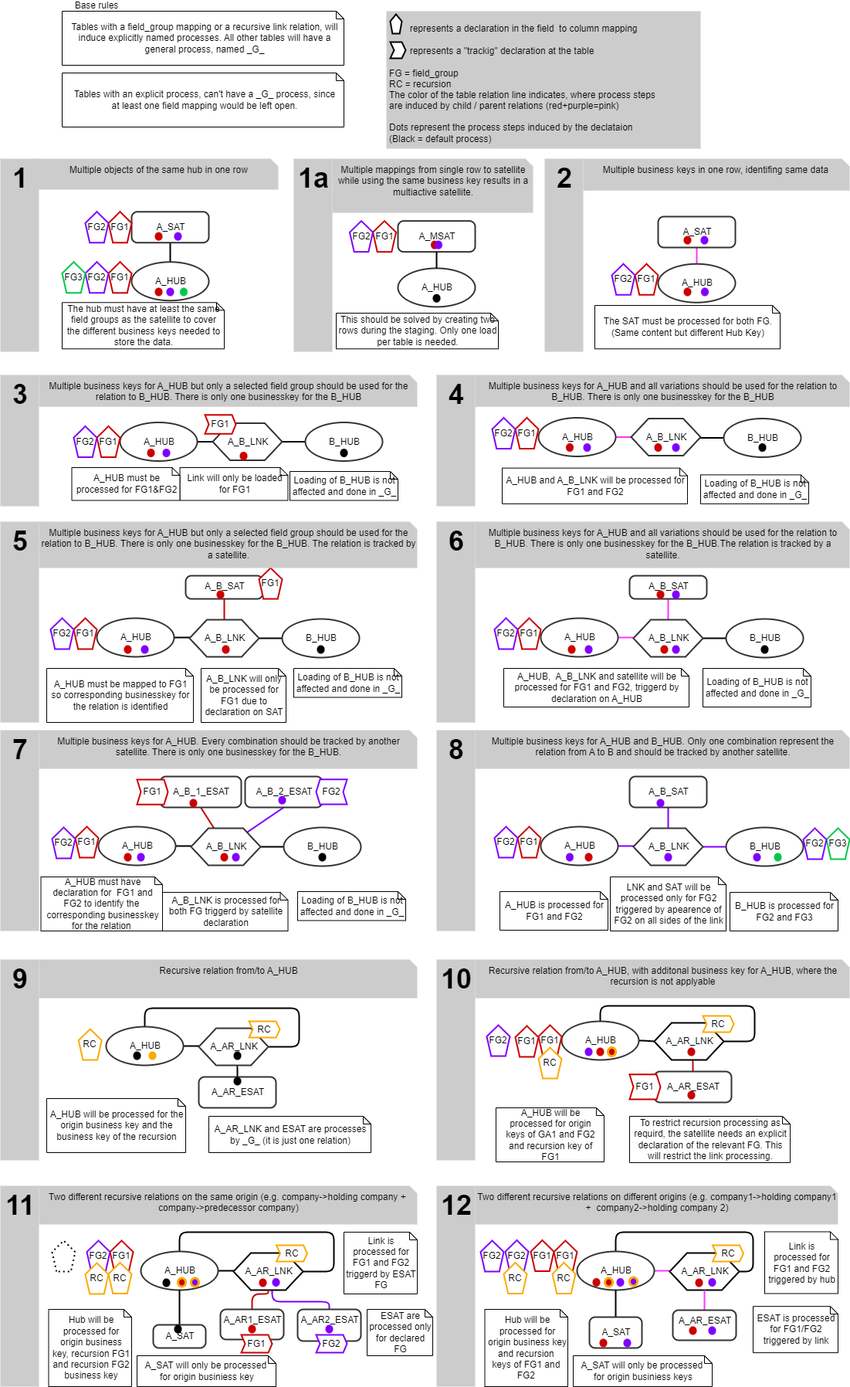
Above: documentation/images/process_generation_scenarios.drawio.png in cimt-ag/data_vault_pipelinedescription (draw.io), before the change. Source tidied: cells renumbered, new cells last; positions are measured from the earlier drawing's top-left corner, leaving out a move shared by most shapes.
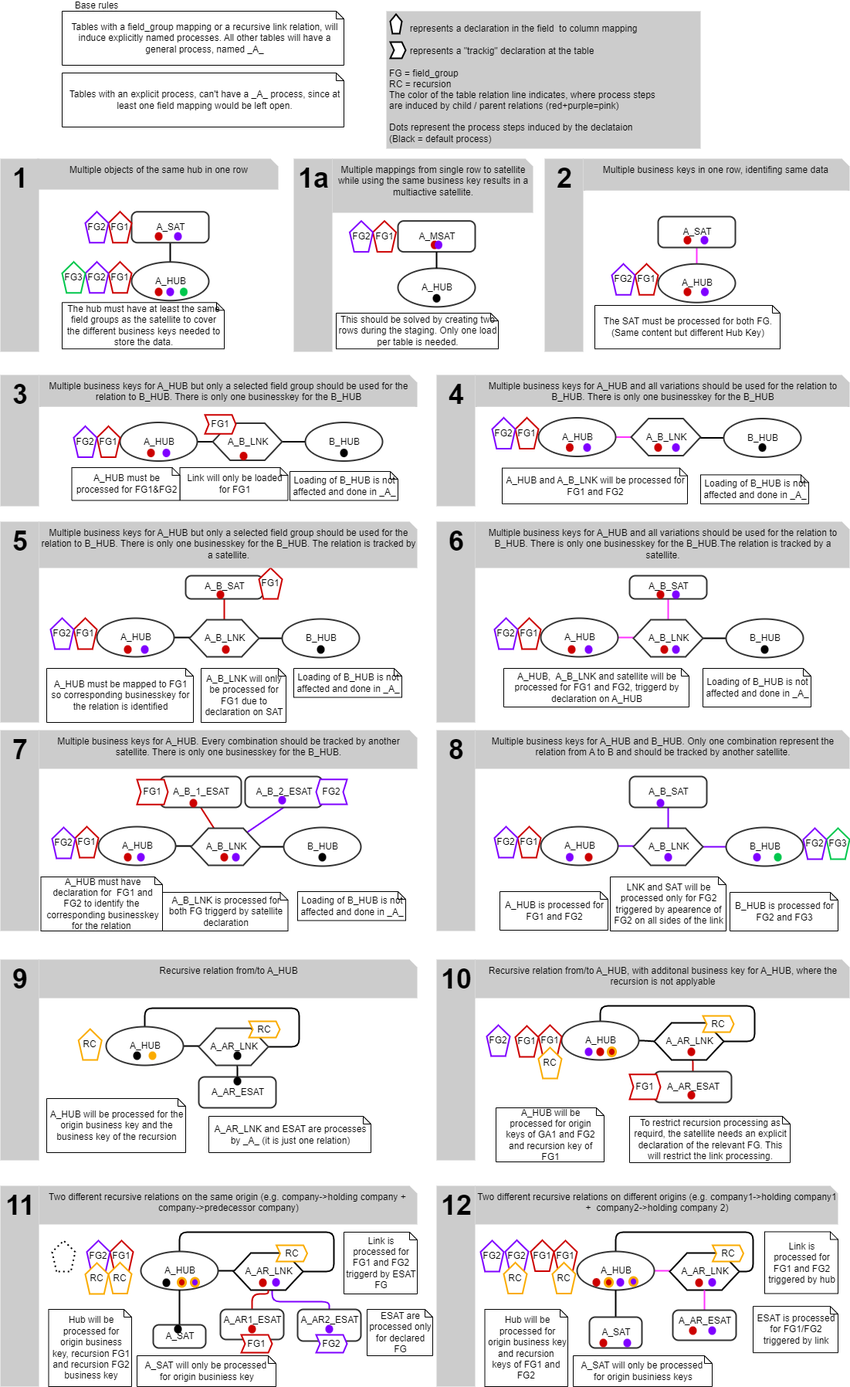
The same diagram one commit later.

What changed in the source:
```diff
@@ -431,10 +431,10 @@
     <mxCell id="98" value="LNK and SAT will be processed only for FG2 triggered by apearence of FG2 on all sides of the link" style="shape=note;size=10;shadow=0;strokeWidth=1;fillColor=#FFFFFF;strokeColor=#000000;opacity=100.0;nl2Br=0;verticalAlign=middle;align=center;spacingLeft=2.0;spacingRight=0;whiteSpace=wrap;gliffyId=314;" parent="1" vertex="1">
       <mxGeometry x="790" y="1135" width="150" height="70" as="geometry" />
     </mxCell>
-    <mxCell id="99" value="&lt;div style=&quot;width: 351.57144px;height:auto;word-break: break-word;&quot;&gt;&lt;div align=&quot;center&quot;&gt;&lt;span style=&quot;font-family: Arial; font-size: 12px; text-decoration: none; line-height: 0;&quot;&gt;&lt;span style=&quot;text-decoration: none; line-height: 14px;&quot;&gt;Tables with an explicit process, can't have a _G_ process, since at least one field mapping would be left open.&lt;/span&gt;&lt;/span&gt;&lt;/div&gt;&lt;/div&gt;" style="shape=note;size=10;shadow=0;strokeWidth=1;fillColor=#FFFFFF;strokeColor=#000000;opacity=100.0;html=1;nl2Br=0;verticalAlign=middle;align=center;spacingLeft=5.214286;spacingRight=0;whiteSpace=wrap;gliffyId=84;" parent="1" vertex="1">
+    <mxCell id="99" value="&lt;div style=&quot;width: 351.57144px;height:auto;word-break: break-word;&quot;&gt;&lt;div align=&quot;center&quot;&gt;&lt;span style=&quot;font-family: Arial; font-size: 12px; text-decoration: none; line-height: 0;&quot;&gt;&lt;span style=&quot;text-decoration: none; line-height: 14px;&quot;&gt;Tables with an explicit process, can't have a _A_ process, since at least one field mapping would be left open.&lt;/span&gt;&lt;/span&gt;&lt;/div&gt;&lt;/div&gt;" style="shape=note;size=10;shadow=0;strokeWidth=1;fillColor=#FFFFFF;strokeColor=#000000;opacity=100.0;html=1;nl2Br=0;verticalAlign=middle;align=center;spacingLeft=5.214286;spacingRight=0;whiteSpace=wrap;gliffyId=84;" parent="1" vertex="1">
       <mxGeometry x="80" y="94" width="365" height="70" as="geometry" />
     </mxCell>
-    <mxCell id="100" value="&lt;div style=&quot;width: 351.57144px;height:auto;word-break: break-word;&quot;&gt;&lt;div align=&quot;center&quot;&gt;&lt;span style=&quot;font-family: Arial; font-size: 12px; line-height: 0;&quot;&gt;&lt;span style=&quot;line-height: 14px;&quot; class=&quot;&quot;&gt;Tables with a field_group mapping or a recursive link relation, will induce explicitly named processes. All other tables will have a&lt;/span&gt;&lt;/span&gt;&lt;/div&gt;&lt;div align=&quot;center&quot;&gt;&lt;span style=&quot;font-family: Arial; font-size: 12px; line-height: 0;&quot;&gt;&lt;span style=&quot;line-height: 14px;&quot; class=&quot;&quot;&gt;general process, named _G_&lt;/span&gt;&lt;/span&gt;&lt;/div&gt;&lt;/div&gt;" style="shape=note;size=10;shadow=0;strokeWidth=1;fillColor=#FFFFFF;strokeColor=#000000;opacity=100.0;html=1;nl2Br=0;verticalAlign=middle;align=center;spacingLeft=5.214286;spacingRight=0;whiteSpace=wrap;gliffyId=87;" parent="1" vertex="1">
+    <mxCell id="100" value="&lt;div style=&quot;width: 351.57144px;height:auto;word-break: break-word;&quot;&gt;&lt;div align=&quot;center&quot;&gt;&lt;span style=&quot;font-family: Arial; font-size: 12px; line-height: 0;&quot;&gt;&lt;span style=&quot;line-height: 14px;&quot; class=&quot;&quot;&gt;Tables with a field_group mapping or a recursive link relation, will induce explicitly named processes. All other tables will have a&lt;/span&gt;&lt;/span&gt;&lt;/div&gt;&lt;div align=&quot;center&quot;&gt;&lt;span style=&quot;font-family: Arial; font-size: 12px; line-height: 0;&quot;&gt;&lt;span style=&quot;line-height: 14px;&quot; class=&quot;&quot;&gt;general process, named _A_&lt;/span&gt;&lt;/span&gt;&lt;/div&gt;&lt;/div&gt;" style="shape=note;size=10;shadow=0;strokeWidth=1;fillColor=#FFFFFF;strokeColor=#000000;opacity=100.0;html=1;nl2Br=0;verticalAlign=middle;align=center;spacingLeft=5.214286;spacingRight=0;whiteSpace=wrap;gliffyId=87;" parent="1" vertex="1">
       <mxGeometry x="80" y="14" width="365" height="70" as="geometry" />
     </mxCell>
     <mxCell id="101" value="A_B_LNK is processed for both FG triggerd by satellite declaration" style="shape=note;size=10;shadow=0;strokeWidth=1;fillColor=#FFFFFF;strokeColor=#000000;opacity=100.0;nl2Br=0;verticalAlign=middle;align=center;spacingLeft=2.0;spacingRight=0;whiteSpace=wrap;gliffyId=95;" parent="1" vertex="1">
@@ -446,7 +446,7 @@
     <mxCell id="103" value="A_B_LNK will only be processed for FG1 due to declaration on SAT" style="shape=note;size=10;shadow=0;strokeWidth=1;fillColor=#FFFFFF;strokeColor=#000000;opacity=100.0;nl2Br=0;verticalAlign=middle;align=center;spacingLeft=2.0;spacingRight=0;whiteSpace=wrap;gliffyId=140;" parent="1" vertex="1">
       <mxGeometry x="260" y="865" width="110" height="70" as="geometry" />
     </mxCell>
-    <mxCell id="104" value="A_AR_LNK and ESAT are processes by _G_ (it is just one relation)" style="shape=note;size=10;shadow=0;strokeWidth=1;fillColor=#FFFFFF;strokeColor=#000000;opacity=100.0;nl2Br=0;verticalAlign=middle;align=center;spacingLeft=2.0;spacingRight=0;whiteSpace=wrap;gliffyId=166;" parent="1" vertex="1">
+    <mxCell id="104" value="A_AR_LNK and ESAT are processes by _A_ (it is just one relation)" style="shape=note;size=10;shadow=0;strokeWidth=1;fillColor=#FFFFFF;strokeColor=#000000;opacity=100.0;nl2Br=0;verticalAlign=middle;align=center;spacingLeft=2.0;spacingRight=0;whiteSpace=wrap;gliffyId=166;" parent="1" vertex="1">
       <mxGeometry x="270" y="1445" width="210" height="47" as="geometry" />
     </mxCell>
     <mxCell id="105" value="To restrict recursion processing as requird, the satellite needs an explicit declaration of the relevant FG. This will restrict the link processing." style="shape=note;size=10;shadow=0;strokeWidth=1;fillColor=#FFFFFF;strokeColor=#000000;opacity=100.0;nl2Br=0;verticalAlign=middle;align=center;spacingLeft=2.0;spacingRight=0;whiteSpace=wrap;gliffyId=239;" parent="1" vertex="1">
@@ -464,7 +464,7 @@
     <mxCell id="109" value="Link will only be loaded for FG1" style="shape=note;size=10;shadow=0;strokeWidth=1;fillColor=#FFFFFF;strokeColor=#000000;opacity=100.0;nl2Br=0;verticalAlign=middle;align=center;spacingLeft=2.0;spacingRight=0;whiteSpace=wrap;gliffyId=213;" parent="1" vertex="1">
       <mxGeometry x="232.5" y="605" width="140" height="42.5" as="geometry" />
     </mxCell>
-    <mxCell id="110" value="Loading of B_HUB is not affected and done in _G_" style="shape=note;size=10;shadow=0;strokeWidth=1;fillColor=#FFFFFF;strokeColor=#000000;opacity=100.0;nl2Br=0;verticalAlign=middle;align=center;spacingLeft=2.0;spacingRight=0;whiteSpace=wrap;gliffyId=215;" parent="1" vertex="1">
+    <mxCell id="110" value="Loading of B_HUB is not affected and done in _A_" style="shape=note;size=10;shadow=0;strokeWidth=1;fillColor=#FFFFFF;strokeColor=#000000;opacity=100.0;nl2Br=0;verticalAlign=middle;align=center;spacingLeft=2.0;spacingRight=0;whiteSpace=wrap;gliffyId=215;" parent="1" vertex="1">
       <mxGeometry x="375" y="610" width="140" height="37.5" as="geometry" />
     </mxCell>
     <mxCell id="111" style="shape=filledEdge;strokeWidth=2;strokeColor=#7F00FF;fillColor=#FFFFFF;startArrow=none;startFill=0;startSize=6;endArrow=none;endFill=0;endSize=6;rounded=1;gliffyId=253;entryX=0.5;entryY=0.5;entryPerimeter=0;edgeStyle=orthogonalEdgeStyle;fontSize=12;shadow=0;opacity=100;spacingLeft=0.6;spacingRight=0;" parent="1" edge="1" source="115" target="117">
@@ -571,13 +571,13 @@
     <mxCell id="138" value="Multiple business keys for A_HUB and all variations should be used for the relation to B_HUB. There is only one businesskey for the B_HUB" style="shape=note;size=10;shadow=0;strokeWidth=0;fillColor=#cccccc;strokeColor=none;opacity=100.0;nl2Br=0;verticalAlign=top;align=center;spacingLeft=2.0;spacingRight=0;whiteSpace=wrap;gliffyId=282;spacingTop=1;spacingBottom=8;" parent="1" vertex="1">
       <mxGeometry x="615" y="485" width="485" height="41.2" as="geometry" />
     </mxCell>
-    <mxCell id="139" value="Loading of B_HUB is not affected and done in _G_" style="shape=note;size=10;shadow=0;strokeWidth=1;fillColor=#FFFFFF;strokeColor=#000000;opacity=100.0;nl2Br=0;verticalAlign=middle;align=center;spacingLeft=2.0;spacingRight=0;whiteSpace=wrap;gliffyId=215;" parent="1" vertex="1">
+    <mxCell id="139" value="Loading of B_HUB is not affected and done in _A_" style="shape=note;size=10;shadow=0;strokeWidth=1;fillColor=#FFFFFF;strokeColor=#000000;opacity=100.0;nl2Br=0;verticalAlign=middle;align=center;spacingLeft=2.0;spacingRight=0;whiteSpace=wrap;gliffyId=215;" parent="1" vertex="1">
       <mxGeometry x="907" y="614.4" width="140" height="37.5" as="geometry" />
     </mxCell>
     <mxCell id="140" value="Multiple business keys for A_HUB but only a selected field group should be used for the relation to B_HUB. There is only one businesskey for the B_HUB. The relation is tracked by a satellite." style="shape=note;size=10;shadow=0;strokeWidth=0;fillColor=#cccccc;strokeColor=none;opacity=100.0;nl2Br=0;verticalAlign=top;align=center;spacingLeft=2.0;spacingRight=0;whiteSpace=wrap;gliffyId=282;spacingTop=1;spacingBottom=8;" parent="1" vertex="1">
       <mxGeometry x="50" y="675" width="490" height="60" as="geometry" />
     </mxCell>
-    <mxCell id="141" value="Loading of B_HUB is not affected and done in _G_" style="shape=note;size=10;shadow=0;strokeWidth=1;fillColor=#FFFFFF;strokeColor=#000000;opacity=100.0;nl2Br=0;verticalAlign=middle;align=center;spacingLeft=2.0;spacingRight=0;whiteSpace=wrap;gliffyId=215;" parent="1" vertex="1">
+    <mxCell id="141" value="Loading of B_HUB is not affected and done in _A_" style="shape=note;size=10;shadow=0;strokeWidth=1;fillColor=#FFFFFF;strokeColor=#000000;opacity=100.0;nl2Br=0;verticalAlign=middle;align=center;spacingLeft=2.0;spacingRight=0;whiteSpace=wrap;gliffyId=215;" parent="1" vertex="1">
       <mxGeometry x="380" y="865" width="140" height="37.5" as="geometry" />
     </mxCell>
     <mxCell id="142" value="Multiple business keys for A_HUB and all variations should be used for the relation to B_HUB. There is only one businesskey for the B_HUB.The relation is tracked by a satellite." style="shape=note;size=10;shadow=0;strokeWidth=0;fillColor=#cccccc;strokeColor=none;opacity=100.0;nl2Br=0;verticalAlign=top;align=center;spacingLeft=2.0;spacingRight=0;whiteSpace=wrap;gliffyId=282;spacingTop=1;spacingBottom=8;" parent="1" vertex="1">
@@ -586,10 +586,10 @@
     <mxCell id="143" value="A_HUB,  A_B_LNK and satellite will be processed for FG1 and FG2, triggerd by declaration on A_HUB" style="shape=note;size=10;shadow=0;strokeWidth=1;fillColor=#FFFFFF;strokeColor=#000000;opacity=100.0;nl2Br=0;verticalAlign=middle;align=center;spacingLeft=2.0;spacingRight=0;whiteSpace=wrap;gliffyId=193;" parent="1" vertex="1">
       <mxGeometry x="652" y="865" width="240" height="50" as="geometry" />
     </mxCell>
-    <mxCell id="144" value="Loading of B_HUB is not affected and done in _G_" style="shape=note;size=10;shadow=0;strokeWidth=1;fillColor=#FFFFFF;strokeColor=#000000;opacity=100.0;nl2Br=0;verticalAlign=middle;align=center;spacingLeft=2.0;spacingRight=0;whiteSpace=wrap;gliffyId=215;" parent="1" vertex="1">
+    <mxCell id="144" value="Loading of B_HUB is not affected and done in _A_" style="shape=note;size=10;shadow=0;strokeWidth=1;fillColor=#FFFFFF;strokeColor=#000000;opacity=100.0;nl2Br=0;verticalAlign=middle;align=center;spacingLeft=2.0;spacingRight=0;whiteSpace=wrap;gliffyId=215;" parent="1" vertex="1">
       <mxGeometry x="910" y="865" width="140" height="50" as="geometry" />
     </mxCell>
-    <mxCell id="145" value="Loading of B_HUB is not affected and done in _G_" style="shape=note;size=10;shadow=0;strokeWidth=1;fillColor=#FFFFFF;strokeColor=#000000;opacity=100.0;nl2Br=0;verticalAlign=middle;align=center;spacingLeft=2.0;spacingRight=0;whiteSpace=wrap;gliffyId=215;" parent="1" vertex="1">
+    <mxCell id="145" value="Loading of B_HUB is not affected and done in _A_" style="shape=note;size=10;shadow=0;strokeWidth=1;fillColor=#FFFFFF;strokeColor=#000000;opacity=100.0;nl2Br=0;verticalAlign=middle;align=center;spacingLeft=2.0;spacingRight=0;whiteSpace=wrap;gliffyId=215;" parent="1" vertex="1">
       <mxGeometry x="385" y="1154" width="140" height="37.5" as="geometry" />
     </mxCell>
     <mxCell id="146" value="A_HUB must have declaration for  FG1 and FG2 to identify the  corresponding businesskey for the relation " style="shape=note;size=10;shadow=0;strokeWidth=1;fillColor=#FFFFFF;strokeColor=#000000;opacity=100.0;nl2Br=0;verticalAlign=middle;align=center;spacingLeft=2.0;spacingRight=0;whiteSpace=wrap;gliffyId=340;" parent="1" vertex="1">
```
